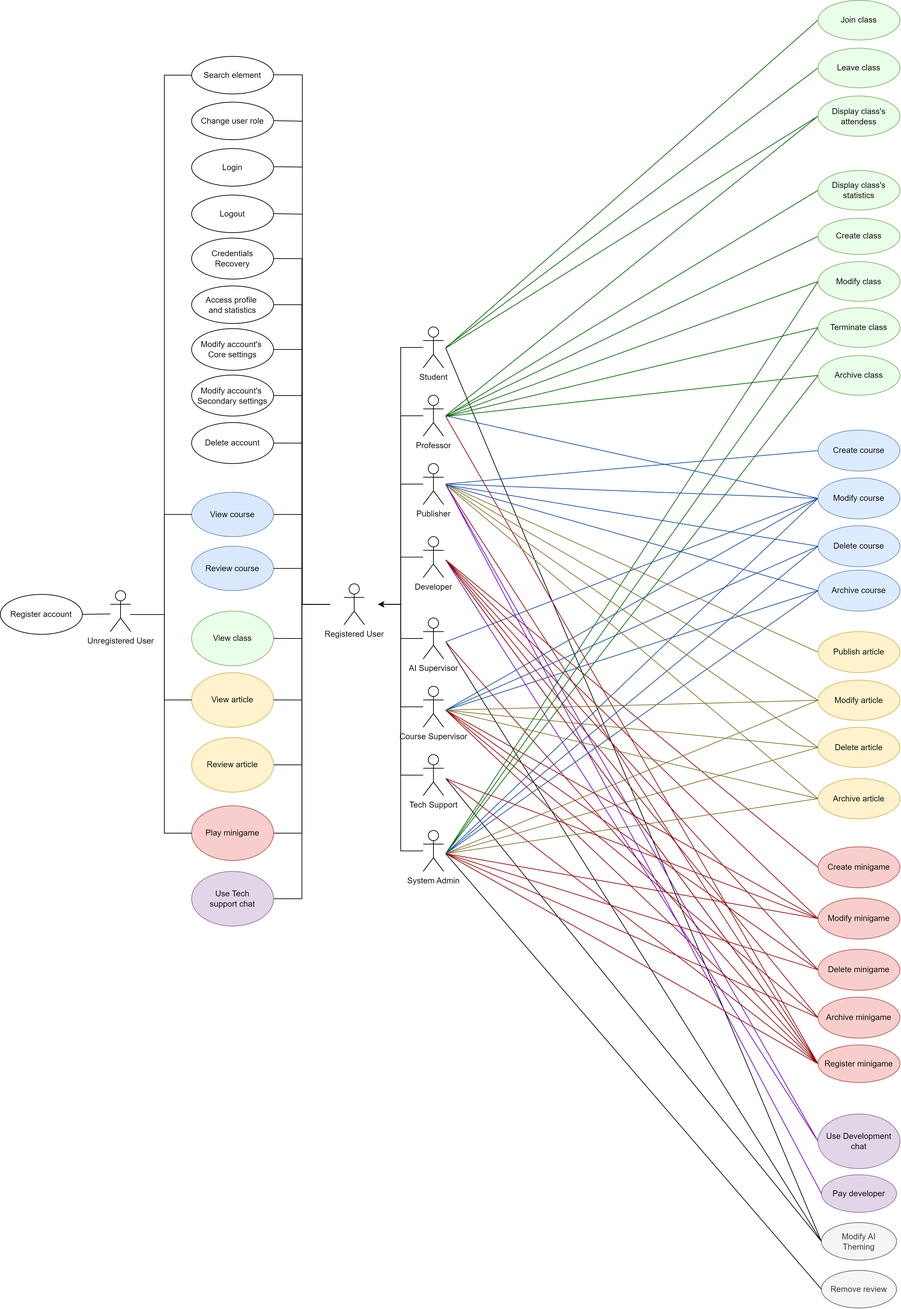
Before: deliverables/D1/images/usecase-diagram.png, a diagram exported from draw.io (anhtuduong/RadiantIQ-test). Source tidied: cells renumbered, new cells last; positions are measured from the earlier drawing's top-left corner, leaving out a move shared by most shapes.
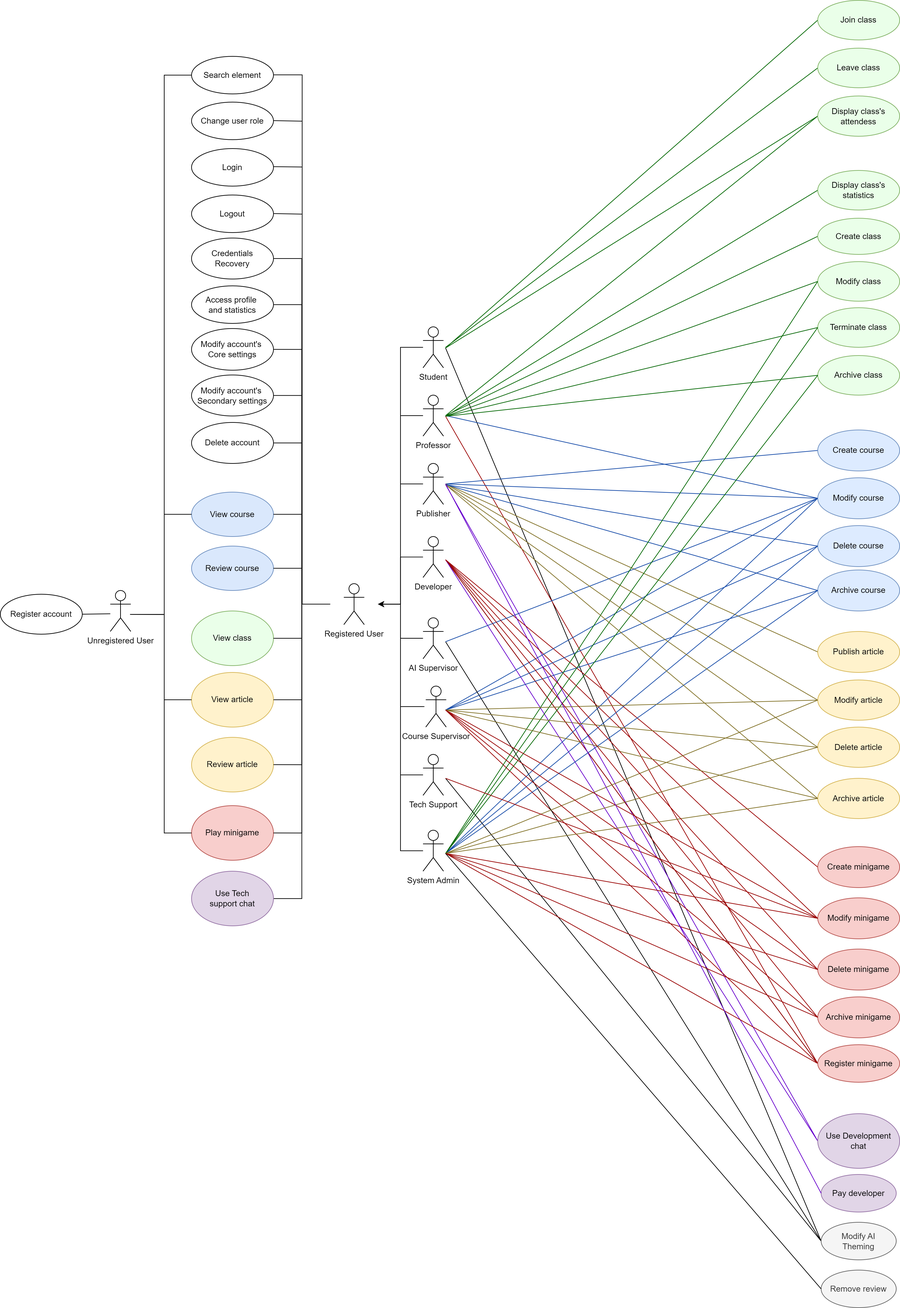
The same file after the commit.

Commit message:
fix: register minigame actors modified

The edit, as a diff of the source:
```diff
@@ -98,11 +98,6 @@
         <mxPoint x="652" y="708" as="sourcePoint" />
       </mxGeometry>
     </mxCell>
-    <mxCell id="24" style="rounded=0;jettySize=auto;html=1;entryX=0;entryY=0.5;entryDx=0;entryDy=0;endArrow=none;endFill=0;strokeColor=#990000;" parent="1" edge="1" target="92">
-      <mxGeometry relative="1" as="geometry">
-        <mxPoint x="652" y="709" as="sourcePoint" />
-      </mxGeometry>
-    </mxCell>
     <mxCell id="25" style="rounded=0;jettySize=auto;html=1;entryX=0;entryY=0.5;entryDx=0;entryDy=0;endArrow=none;endFill=0;strokeColor=#6600CC;" parent="1" edge="1" target="93">
       <mxGeometry relative="1" as="geometry">
         <mxPoint x="652" y="709" as="sourcePoint" />
@@ -150,16 +145,17 @@
         <mxPoint x="652" y="1139" as="sourcePoint" />
       </mxGeometry>
     </mxCell>
-    <mxCell id="36" style="rounded=0;jettySize=auto;html=1;entryX=0;entryY=0.5;entryDx=0;entryDy=0;endArrow=none;endFill=0;strokeColor=#990000;" parent="1" edge="1" target="92">
-      <mxGeometry relative="1" as="geometry">
-        <mxPoint x="652" y="1139" as="sourcePoint" />
-      </mxGeometry>
-    </mxCell>
     <mxCell id="37" value="&lt;div&gt;Tech Support&lt;/div&gt;" style="shape=umlActor;verticalLabelPosition=bottom;verticalAlign=top;html=1;outlineConnect=0;" parent="1" vertex="1">
       <mxGeometry x="619" y="1104" width="30" height="60" as="geometry" />
     </mxCell>
-    <mxCell id="38" style="rounded=0;jettySize=auto;html=1;entryX=1;entryY=0.5;entryDx=0;entryDy=0;edgeStyle=orthogonalEdgeStyle;" parent="1" edge="1" source="41" target="51">
-      <mxGeometry relative="1" as="geometry" />
+    <mxCell id="38" style="rounded=0;jettySize=auto;html=1;entryX=1.054;entryY=0.502;entryDx=0;entryDy=0;edgeStyle=orthogonalEdgeStyle;endArrow=none;endFill=0;entryPerimeter=0;" parent="1" edge="1" target="51">
+      <mxGeometry relative="1" as="geometry">
+        <mxPoint x="621" y="1034" as="sourcePoint" />
+        <Array as="points">
+          <mxPoint x="586" y="1034" />
+          <mxPoint x="586" y="884" />
+        </Array>
+      </mxGeometry>
     </mxCell>
     <mxCell id="39" style="rounded=0;jettySize=auto;html=1;entryX=0;entryY=0.5;entryDx=0;entryDy=0;endArrow=none;endFill=0;strokeColor=#164BA8;" parent="1" edge="1" target="81">
       <mxGeometry relative="1" as="geometry">
@@ -172,7 +168,7 @@
       </mxGeometry>
     </mxCell>
     <mxCell id="41" value="&lt;div&gt;Course Supervisor&lt;/div&gt;" style="shape=umlActor;verticalLabelPosition=bottom;verticalAlign=top;html=1;outlineConnect=0;" parent="1" vertex="1">
-      <mxGeometry x="619" y="1004" width="30" height="60" as="geometry" />
+      <mxGeometry x="623" y="1004" width="30" height="60" as="geometry" />
     </mxCell>
     <mxCell id="42" style="rounded=0;jettySize=auto;html=1;entryX=1;entryY=0.5;entryDx=0;entryDy=0;edgeStyle=orthogonalEdgeStyle;" parent="1" edge="1" source="46" target="51">
       <mxGeometry relative="1" as="geometry" />
@@ -187,11 +183,6 @@
         <mxPoint x="652" y="939" as="sourcePoint" />
       </mxGeometry>
     </mxCell>
-    <mxCell id="45" style="rounded=0;jettySize=auto;html=1;entryX=0;entryY=0.5;entryDx=0;entryDy=0;endArrow=none;endFill=0;strokeColor=#990000;" parent="1" edge="1" target="92">
-      <mxGeometry relative="1" as="geometry">
-        <mxPoint x="652" y="939" as="sourcePoint" />
-      </mxGeometry>
-    </mxCell>
     <mxCell id="46" value="&lt;div&gt;AI Supervisor&lt;/div&gt;" style="shape=umlActor;verticalLabelPosition=bottom;verticalAlign=top;html=1;outlineConnect=0;" parent="1" vertex="1">
       <mxGeometry x="619" y="904" width="30" height="60" as="geometry" />
     </mxCell>
```
